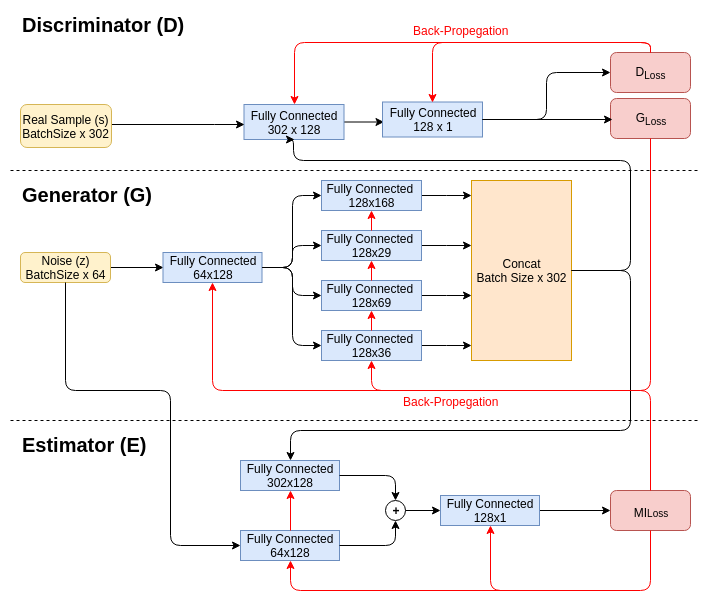
This is 04_design_implementation/figs/model_complex.png from AMRakibulHasan/Sweet_Thesis, a draw.io export, as it was before one commit. Source tidied: cells renumbered, new cells last; positions are measured from the earlier drawing's top-left corner, leaving out a move shared by most shapes. The source it was exported from:
```xml
<mxGraphModel background="#ffffff">
  <root>
    <mxCell id="0" />
    <mxCell id="1" parent="0" />
    <mxCell id="2" style="edgeStyle=orthogonalEdgeStyle;rounded=0;html=1;jettySize=auto;entryX=0;entryY=0.5;" parent="1" edge="1" source="3" target="4">
      <mxGeometry relative="1" as="geometry" />
    </mxCell>
    <mxCell id="3" value="&lt;font style=&quot;font-size: 12px&quot;&gt;Noise (z)&lt;br&gt;BatchSize x 64&lt;br&gt;&lt;/font&gt;" style="rounded=1;whiteSpace=wrap;html=1;fillColor=#fff2cc;strokeColor=#d6b656;" parent="1" vertex="1">
      <mxGeometry x="10" y="242" width="90" height="30" as="geometry" />
    </mxCell>
    <mxCell id="4" value="Fully Connected&lt;br&gt;64x128&lt;br&gt;" style="rounded=0;whiteSpace=wrap;html=1;fillColor=#dae8fc;strokeColor=#6c8ebf;" parent="1" vertex="1">
      <mxGeometry x="152.5" y="242" width="99" height="30" as="geometry" />
    </mxCell>
    <mxCell id="5" style="edgeStyle=elbowEdgeStyle;rounded=0;html=1;jettySize=auto;elbow=vertical;" parent="1" edge="1" source="6" target="23">
      <mxGeometry relative="1" as="geometry" />
    </mxCell>
    <mxCell id="6" value="Fully Connected&amp;nbsp;&lt;br&gt;128x168&lt;br&gt;" style="rounded=0;whiteSpace=wrap;html=1;fillColor=#dae8fc;strokeColor=#6c8ebf;" parent="1" vertex="1">
      <mxGeometry x="311" y="170" width="100" height="30" as="geometry" />
    </mxCell>
    <mxCell id="7" style="edgeStyle=elbowEdgeStyle;rounded=0;html=1;jettySize=auto;elbow=vertical;" parent="1" edge="1" source="8" target="23">
      <mxGeometry relative="1" as="geometry" />
    </mxCell>
    <mxCell id="8" value="Fully Connected&amp;nbsp;&lt;br&gt;128x29&lt;br&gt;" style="rounded=0;whiteSpace=wrap;html=1;fillColor=#dae8fc;strokeColor=#6c8ebf;" parent="1" vertex="1">
      <mxGeometry x="311" y="220" width="100" height="30" as="geometry" />
    </mxCell>
    <mxCell id="9" style="edgeStyle=elbowEdgeStyle;rounded=0;html=1;jettySize=auto;elbow=vertical;" parent="1" edge="1" source="10" target="23">
      <mxGeometry relative="1" as="geometry" />
    </mxCell>
    <mxCell id="10" value="Fully Connected&amp;nbsp;&lt;br&gt;128x69&lt;br&gt;" style="rounded=0;whiteSpace=wrap;html=1;fillColor=#dae8fc;strokeColor=#6c8ebf;" parent="1" vertex="1">
      <mxGeometry x="311" y="270" width="100" height="30" as="geometry" />
    </mxCell>
    <mxCell id="11" style="edgeStyle=elbowEdgeStyle;rounded=0;html=1;jettySize=auto;elbow=vertical;" parent="1" edge="1" source="12" target="23">
      <mxGeometry relative="1" as="geometry" />
    </mxCell>
    <mxCell id="12" value="Fully Connected&amp;nbsp;&lt;br&gt;128x36&lt;br&gt;" style="rounded=0;whiteSpace=wrap;html=1;fillColor=#dae8fc;strokeColor=#6c8ebf;" parent="1" vertex="1">
      <mxGeometry x="311" y="320" width="100" height="30" as="geometry" />
    </mxCell>
    <mxCell id="13" style="endArrow=classic;html=1;exitX=1;exitY=0.5;entryX=0;entryY=0.5;startArrow=none;startFill=0;edgeStyle=elbowEdgeStyle;" parent="1" edge="1" source="4" target="6">
      <mxGeometry relative="1" as="geometry" />
    </mxCell>
    <mxCell id="14" style="endArrow=classic;html=1;exitX=1;exitY=0.5;entryX=0;entryY=0.5;startArrow=none;startFill=0;edgeStyle=elbowEdgeStyle;" parent="1" edge="1" source="4" target="8">
      <mxGeometry relative="1" as="geometry" />
    </mxCell>
    <mxCell id="15" style="endArrow=classic;html=1;exitX=1;exitY=0.5;entryX=0;entryY=0.5;startArrow=none;startFill=0;edgeStyle=elbowEdgeStyle;" parent="1" edge="1" source="4" target="10">
      <mxGeometry relative="1" as="geometry" />
    </mxCell>
    <mxCell id="16" style="endArrow=classic;html=1;exitX=1;exitY=0.5;entryX=0;entryY=0.5;startArrow=none;startFill=0;edgeStyle=elbowEdgeStyle;" parent="1" edge="1" source="4" target="12">
      <mxGeometry relative="1" as="geometry" />
    </mxCell>
    <mxCell id="17" style="edgeStyle=orthogonalEdgeStyle;rounded=0;html=1;jettySize=auto;" parent="1" edge="1" source="18">
      <mxGeometry relative="1" as="geometry">
        <mxPoint x="373.5" y="111.5" as="targetPoint" />
      </mxGeometry>
    </mxCell>
    <mxCell id="18" value="Fully Connected&lt;br&gt;302 x 128&lt;br&gt;" style="rounded=0;whiteSpace=wrap;html=1;fillColor=#dae8fc;strokeColor=#6c8ebf;" parent="1" vertex="1">
      <mxGeometry x="233.5" y="94" width="100" height="35" as="geometry" />
    </mxCell>
    <mxCell id="19" value="Fully Connected&lt;br&gt;128 x 1&lt;br&gt;" style="rounded=0;whiteSpace=wrap;html=1;fillColor=#dae8fc;strokeColor=#6c8ebf;" parent="1" vertex="1">
      <mxGeometry x="372" y="91.5" width="100" height="35" as="geometry" />
    </mxCell>
    <mxCell id="20" value="&lt;b&gt;&lt;font style=&quot;font-size: 20px&quot;&gt;Discriminator (D)&lt;/font&gt;&lt;/b&gt;" style="text;html=1;align=left;verticalAlign=top;spacingTop=-4;" parent="1" vertex="1">
      <mxGeometry x="10" width="180" height="20" as="geometry" />
    </mxCell>
    <mxCell id="21" value="&lt;b&gt;&lt;font style=&quot;font-size: 20px&quot;&gt;Generator (G)&lt;/font&gt;&lt;/b&gt;" style="text;html=1;align=left;verticalAlign=top;spacingTop=-4;" parent="1" vertex="1">
      <mxGeometry x="10" y="170" width="150" height="20" as="geometry" />
    </mxCell>
    <mxCell id="22" style="endArrow=none;dashed=1;html=1;" parent="1" edge="1">
      <mxGeometry relative="1" as="geometry">
        <mxPoint y="160" as="sourcePoint" />
        <mxPoint x="690" y="160" as="targetPoint" />
      </mxGeometry>
    </mxCell>
    <mxCell id="23" value="Concat&lt;br&gt;Batch Size x 302&lt;br&gt;" style="rounded=0;whiteSpace=wrap;html=1;fillColor=#ffe6cc;strokeColor=#d79b00;" parent="1" vertex="1">
      <mxGeometry x="461" y="170" width="100" height="180" as="geometry" />
    </mxCell>
    <mxCell id="24" style="endArrow=classic;html=1;exitX=1;exitY=0.5;edgeStyle=orthogonalEdgeStyle;entryX=0.5;entryY=1;" parent="1" edge="1" source="23" target="18">
      <mxGeometry relative="1" as="geometry">
        <Array as="points">
          <mxPoint x="620" y="260" />
          <mxPoint x="620" y="150" />
          <mxPoint x="283" y="150" />
        </Array>
      </mxGeometry>
    </mxCell>
    <mxCell id="25" style="edgeStyle=orthogonalEdgeStyle;rounded=0;html=1;jettySize=auto;" parent="1" edge="1" source="26">
      <mxGeometry relative="1" as="geometry">
        <mxPoint x="233.5" y="113.5" as="targetPoint" />
        <Array as="points">
          <mxPoint x="203.5" y="113.5" />
          <mxPoint x="203.5" y="113.5" />
        </Array>
      </mxGeometry>
    </mxCell>
    <mxCell id="26" value="&lt;font style=&quot;font-size: 12px&quot;&gt;Real Sample (s)&lt;br&gt;BatchSize x 302&lt;br&gt;&lt;/font&gt;" style="rounded=1;whiteSpace=wrap;html=1;fillColor=#fff2cc;strokeColor=#d6b656;" parent="1" vertex="1">
      <mxGeometry x="10" y="94" width="91" height="43" as="geometry" />
    </mxCell>
    <mxCell id="27" value="G&lt;sub&gt;Loss&lt;/sub&gt;&lt;br&gt;" style="rounded=1;whiteSpace=wrap;html=1;fillColor=#f8cecc;strokeColor=#b85450;" parent="1" vertex="1">
      <mxGeometry x="600" y="88" width="80" height="40" as="geometry" />
    </mxCell>
    <mxCell id="28" style="endArrow=none;html=1;exitX=0.5;exitY=1;startArrow=classic;startFill=1;edgeStyle=orthogonalEdgeStyle;fillColor=#f8cecc;strokeColor=#FF0000;gradientColor=#ea6b66;" parent="1" edge="1" source="4">
      <mxGeometry relative="1" as="geometry">
        <mxPoint x="540" y="380" as="targetPoint" />
        <Array as="points">
          <mxPoint x="202" y="380" />
        </Array>
      </mxGeometry>
    </mxCell>
    <mxCell id="29" style="endArrow=classic;html=1;edgeStyle=orthogonalEdgeStyle;entryX=0.5;entryY=1;fillColor=#f8cecc;strokeColor=#FF0000;gradientColor=#ea6b66;exitX=0.5;exitY=1;" parent="1" edge="1" source="27" target="12">
      <mxGeometry relative="1" as="geometry">
        <Array as="points">
          <mxPoint x="640" y="380" />
          <mxPoint x="361" y="380" />
        </Array>
      </mxGeometry>
    </mxCell>
    <mxCell id="30" style="endArrow=classic;html=1;entryX=0.5;entryY=1;fillColor=#f8cecc;strokeColor=#FF0000;gradientColor=#ea6b66;" parent="1" edge="1" target="10">
      <mxGeometry relative="1" as="geometry">
        <mxPoint x="361" y="320" as="sourcePoint" />
      </mxGeometry>
    </mxCell>
    <mxCell id="31" style="endArrow=classic;html=1;entryX=0.5;entryY=1;exitX=0.5;exitY=0;fillColor=#f8cecc;strokeColor=#FF0000;gradientColor=#ea6b66;" parent="1" edge="1" source="10" target="8">
      <mxGeometry relative="1" as="geometry" />
    </mxCell>
    <mxCell id="32" style="endArrow=classic;html=1;entryX=0.5;entryY=1;exitX=0.5;exitY=0;fillColor=#f8cecc;strokeColor=#FF0000;gradientColor=#ea6b66;" parent="1" edge="1" source="8" target="6">
      <mxGeometry relative="1" as="geometry" />
    </mxCell>
    <mxCell id="33" value="&lt;font color=&quot;#ff0000&quot;&gt;Back-Propegation&lt;/font&gt;" style="text;html=1;align=left;verticalAlign=top;spacingTop=-4;fillColor=#FFFFFF;strokeColor=#FFFFFF;" parent="1" vertex="1">
      <mxGeometry x="390" y="381" width="110" height="20" as="geometry" />
    </mxCell>
    <mxCell id="34" value="D&lt;sub&gt;Loss&lt;/sub&gt;&lt;br&gt;" style="rounded=1;whiteSpace=wrap;html=1;fillColor=#f8cecc;strokeColor=#b85450;" parent="1" vertex="1">
      <mxGeometry x="600" y="42" width="80" height="40" as="geometry" />
    </mxCell>
    <mxCell id="35" style="endArrow=classic;html=1;strokeColor=#000000;entryX=0;entryY=0.5;edgeStyle=orthogonalEdgeStyle;exitX=1;exitY=0.5;" parent="1" edge="1" source="19" target="34">
      <mxGeometry relative="1" as="geometry" />
    </mxCell>
    <mxCell id="36" style="endArrow=classic;html=1;strokeColor=#000000;exitX=1;exitY=0.5;edgeStyle=orthogonalEdgeStyle;" parent="1" edge="1" source="19">
      <mxGeometry relative="1" as="geometry">
        <mxPoint x="602" y="109" as="targetPoint" />
      </mxGeometry>
    </mxCell>
    <mxCell id="37" style="endArrow=classic;html=1;strokeColor=#FF0000;entryX=0.5;entryY=0;edgeStyle=orthogonalEdgeStyle;exitX=0.5;exitY=0;" parent="1" edge="1" source="34" target="19">
      <mxGeometry relative="1" as="geometry" />
    </mxCell>
    <mxCell id="38" style="endArrow=classic;html=1;strokeColor=#FF0000;entryX=0.5;entryY=0;edgeStyle=orthogonalEdgeStyle;exitX=0.5;exitY=0;" parent="1" edge="1" source="34" target="18">
      <mxGeometry relative="1" as="geometry" />
    </mxCell>
    <mxCell id="39" value="&lt;font color=&quot;#ff0000&quot;&gt;Back-Propegation&lt;/font&gt;" style="text;html=1;align=left;verticalAlign=top;spacingTop=-4;fillColor=#FFFFFF;strokeColor=#FFFFFF;" parent="1" vertex="1">
      <mxGeometry x="400" y="10" width="110" height="20" as="geometry" />
    </mxCell>
    <mxCell id="40" style="endArrow=none;dashed=1;html=1;" parent="1" edge="1">
      <mxGeometry relative="1" as="geometry">
        <mxPoint y="410" as="sourcePoint" />
        <mxPoint x="690" y="410" as="targetPoint" />
      </mxGeometry>
    </mxCell>
    <mxCell id="41" value="&lt;b&gt;&lt;font style=&quot;font-size: 20px&quot;&gt;Estimator (E)&lt;/font&gt;&lt;/b&gt;" style="text;html=1;align=left;verticalAlign=top;spacingTop=-4;" parent="1" vertex="1">
      <mxGeometry x="10" y="420" width="140" height="20" as="geometry" />
    </mxCell>
    <mxCell id="42" style="endArrow=classic;html=1;exitX=1;exitY=0.5;exitDx=0;exitDy=0;edgeStyle=orthogonalEdgeStyle;" parent="1" edge="1" source="23">
      <mxGeometry relative="1" as="geometry">
        <mxPoint x="280" y="450" as="targetPoint" />
        <Array as="points">
          <mxPoint x="620" y="260" />
          <mxPoint x="620" y="420" />
          <mxPoint x="280" y="420" />
        </Array>
      </mxGeometry>
    </mxCell>
    <mxCell id="43" value="Fully Connected&lt;br&gt;302x128&lt;br&gt;" style="rounded=0;whiteSpace=wrap;html=1;fillColor=#dae8fc;strokeColor=#6c8ebf;" parent="1" vertex="1">
      <mxGeometry x="230" y="450" width="99" height="30" as="geometry" />
    </mxCell>
    <mxCell id="44" value="Fully Connected&lt;br&gt;64x128&lt;br&gt;" style="rounded=0;whiteSpace=wrap;html=1;fillColor=#dae8fc;strokeColor=#6c8ebf;" parent="1" vertex="1">
      <mxGeometry x="230" y="520" width="99" height="30" as="geometry" />
    </mxCell>
    <mxCell id="45" value="&lt;b&gt;+&lt;/b&gt;" style="ellipse;whiteSpace=wrap;html=1;" parent="1" vertex="1">
      <mxGeometry x="375" y="490" width="20" height="20" as="geometry" />
    </mxCell>
    <mxCell id="46" style="endArrow=classic;html=1;exitX=0.5;exitY=1;exitDx=0;exitDy=0;entryX=0;entryY=0.5;entryDx=0;entryDy=0;edgeStyle=orthogonalEdgeStyle;" parent="1" edge="1" source="3" target="44">
      <mxGeometry relative="1" as="geometry">
        <Array as="points">
          <mxPoint x="55" y="380" />
          <mxPoint x="160" y="380" />
          <mxPoint x="160" y="535" />
        </Array>
      </mxGeometry>
    </mxCell>
    <mxCell id="47" style="endArrow=classic;html=1;exitX=1;exitY=0.5;exitDx=0;exitDy=0;entryX=0.5;entryY=0;entryDx=0;entryDy=0;edgeStyle=orthogonalEdgeStyle;" parent="1" edge="1" source="43" target="45">
      <mxGeometry relative="1" as="geometry" />
    </mxCell>
    <mxCell id="48" style="endArrow=classic;html=1;exitX=1;exitY=0.5;exitDx=0;exitDy=0;entryX=0.5;entryY=1;entryDx=0;entryDy=0;edgeStyle=orthogonalEdgeStyle;" parent="1" edge="1" source="44" target="45">
      <mxGeometry relative="1" as="geometry" />
    </mxCell>
    <mxCell id="49" style="endArrow=classic;html=1;exitX=1;exitY=0.5;exitDx=0;exitDy=0;" parent="1" edge="1" source="45">
      <mxGeometry relative="1" as="geometry">
        <mxPoint x="430" y="500" as="targetPoint" />
      </mxGeometry>
    </mxCell>
    <mxCell id="50" style="edgeStyle=orthogonalEdgeStyle;rounded=0;html=1;jettySize=auto;" parent="1" edge="1" source="51" target="52">
      <mxGeometry relative="1" as="geometry" />
    </mxCell>
    <mxCell id="51" value="Fully Connected&lt;br&gt;128x1&lt;br&gt;" style="rounded=0;whiteSpace=wrap;html=1;fillColor=#dae8fc;strokeColor=#6c8ebf;" parent="1" vertex="1">
      <mxGeometry x="430" y="485" width="99" height="30" as="geometry" />
    </mxCell>
    <mxCell id="52" value="&lt;sub&gt;&lt;span style=&quot;font-size: 12px&quot;&gt;MI&lt;/span&gt;Loss&lt;/sub&gt;&lt;br&gt;" style="rounded=1;whiteSpace=wrap;html=1;fillColor=#f8cecc;strokeColor=#b85450;" parent="1" vertex="1">
      <mxGeometry x="600" y="480" width="80" height="40" as="geometry" />
    </mxCell>
    <mxCell id="53" style="endArrow=none;html=1;exitX=0.5;exitY=0;exitDx=0;exitDy=0;edgeStyle=orthogonalEdgeStyle;fillColor=#f8cecc;strokeColor=#FF0000;" parent="1" edge="1" source="52">
      <mxGeometry relative="1" as="geometry">
        <mxPoint x="600" y="380" as="targetPoint" />
        <Array as="points">
          <mxPoint x="640" y="380" />
        </Array>
      </mxGeometry>
    </mxCell>
    <mxCell id="54" style="endArrow=classic;html=1;exitX=0.5;exitY=1;exitDx=0;exitDy=0;entryX=0.5;entryY=1;entryDx=0;entryDy=0;edgeStyle=orthogonalEdgeStyle;strokeColor=#FF0000;" parent="1" edge="1" source="52" target="44">
      <mxGeometry relative="1" as="geometry">
        <Array as="points">
          <mxPoint x="640" y="580" />
          <mxPoint x="280" y="580" />
        </Array>
      </mxGeometry>
    </mxCell>
    <mxCell id="55" style="endArrow=classic;html=1;exitX=0.5;exitY=0;exitDx=0;exitDy=0;entryX=0.5;entryY=1;entryDx=0;entryDy=0;strokeColor=#FF0000;" parent="1" edge="1" source="44" target="43">
      <mxGeometry relative="1" as="geometry" />
    </mxCell>
    <mxCell id="56" style="endArrow=classic;html=1;entryX=0.5;entryY=1;entryDx=0;entryDy=0;edgeStyle=orthogonalEdgeStyle;strokeColor=#FF0000;" parent="1" edge="1" target="51">
      <mxGeometry relative="1" as="geometry">
        <mxPoint x="540" y="580" as="sourcePoint" />
      </mxGeometry>
    </mxCell>
  </root>
</mxGraphModel>
```
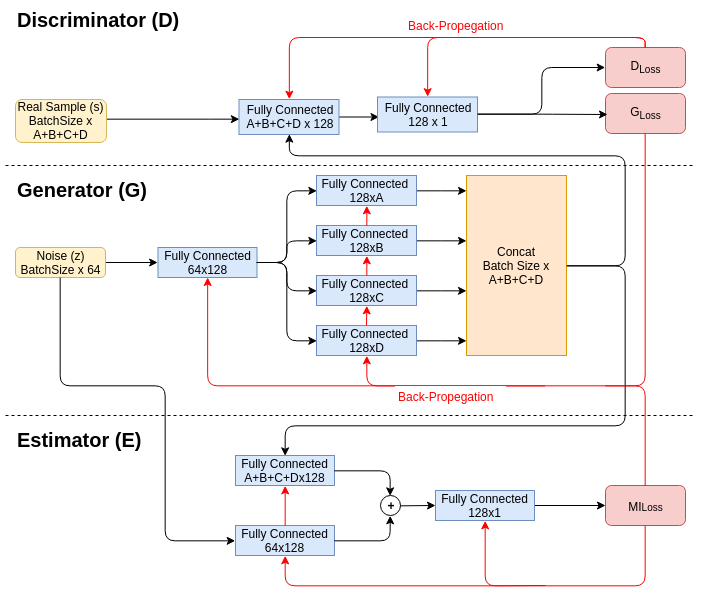
Later version of the same file.

What changed in the source:
```diff
@@ -14,25 +14,25 @@
     <mxCell id="5" style="edgeStyle=elbowEdgeStyle;rounded=0;html=1;jettySize=auto;elbow=vertical;" parent="1" edge="1" source="6" target="23">
       <mxGeometry relative="1" as="geometry" />
     </mxCell>
-    <mxCell id="6" value="Fully Connected&amp;nbsp;&lt;br&gt;128x168&lt;br&gt;" style="rounded=0;whiteSpace=wrap;html=1;fillColor=#dae8fc;strokeColor=#6c8ebf;" parent="1" vertex="1">
+    <mxCell id="6" value="Fully Connected&amp;nbsp;&lt;br&gt;128xA&lt;br&gt;" style="rounded=0;whiteSpace=wrap;html=1;fillColor=#dae8fc;strokeColor=#6c8ebf;" parent="1" vertex="1">
       <mxGeometry x="311" y="170" width="100" height="30" as="geometry" />
     </mxCell>
     <mxCell id="7" style="edgeStyle=elbowEdgeStyle;rounded=0;html=1;jettySize=auto;elbow=vertical;" parent="1" edge="1" source="8" target="23">
       <mxGeometry relative="1" as="geometry" />
     </mxCell>
-    <mxCell id="8" value="Fully Connected&amp;nbsp;&lt;br&gt;128x29&lt;br&gt;" style="rounded=0;whiteSpace=wrap;html=1;fillColor=#dae8fc;strokeColor=#6c8ebf;" parent="1" vertex="1">
+    <mxCell id="8" value="Fully Connected&amp;nbsp;&lt;br&gt;128xB&lt;br&gt;" style="rounded=0;whiteSpace=wrap;html=1;fillColor=#dae8fc;strokeColor=#6c8ebf;" parent="1" vertex="1">
       <mxGeometry x="311" y="220" width="100" height="30" as="geometry" />
     </mxCell>
     <mxCell id="9" style="edgeStyle=elbowEdgeStyle;rounded=0;html=1;jettySize=auto;elbow=vertical;" parent="1" edge="1" source="10" target="23">
       <mxGeometry relative="1" as="geometry" />
     </mxCell>
-    <mxCell id="10" value="Fully Connected&amp;nbsp;&lt;br&gt;128x69&lt;br&gt;" style="rounded=0;whiteSpace=wrap;html=1;fillColor=#dae8fc;strokeColor=#6c8ebf;" parent="1" vertex="1">
+    <mxCell id="10" value="Fully Connected&amp;nbsp;&lt;br&gt;128xC&lt;br&gt;" style="rounded=0;whiteSpace=wrap;html=1;fillColor=#dae8fc;strokeColor=#6c8ebf;" parent="1" vertex="1">
       <mxGeometry x="311" y="270" width="100" height="30" as="geometry" />
     </mxCell>
     <mxCell id="11" style="edgeStyle=elbowEdgeStyle;rounded=0;html=1;jettySize=auto;elbow=vertical;" parent="1" edge="1" source="12" target="23">
       <mxGeometry relative="1" as="geometry" />
     </mxCell>
-    <mxCell id="12" value="Fully Connected&amp;nbsp;&lt;br&gt;128x36&lt;br&gt;" style="rounded=0;whiteSpace=wrap;html=1;fillColor=#dae8fc;strokeColor=#6c8ebf;" parent="1" vertex="1">
+    <mxCell id="12" value="Fully Connected&amp;nbsp;&lt;br&gt;128xD&lt;br&gt;" style="rounded=0;whiteSpace=wrap;html=1;fillColor=#dae8fc;strokeColor=#6c8ebf;" parent="1" vertex="1">
       <mxGeometry x="311" y="320" width="100" height="30" as="geometry" />
     </mxCell>
     <mxCell id="13" style="endArrow=classic;html=1;exitX=1;exitY=0.5;entryX=0;entryY=0.5;startArrow=none;startFill=0;edgeStyle=elbowEdgeStyle;" parent="1" edge="1" source="4" target="6">
@@ -52,7 +52,7 @@
         <mxPoint x="373.5" y="111.5" as="targetPoint" />
       </mxGeometry>
     </mxCell>
-    <mxCell id="18" value="Fully Connected&lt;br&gt;302 x 128&lt;br&gt;" style="rounded=0;whiteSpace=wrap;html=1;fillColor=#dae8fc;strokeColor=#6c8ebf;" parent="1" vertex="1">
+    <mxCell id="18" value="Fully Connected&lt;br&gt;A+B+C+D x 128&lt;br&gt;" style="rounded=0;whiteSpace=wrap;html=1;fillColor=#dae8fc;strokeColor=#6c8ebf;" parent="1" vertex="1">
       <mxGeometry x="233.5" y="94" width="100" height="35" as="geometry" />
     </mxCell>
     <mxCell id="19" value="Fully Connected&lt;br&gt;128 x 1&lt;br&gt;" style="rounded=0;whiteSpace=wrap;html=1;fillColor=#dae8fc;strokeColor=#6c8ebf;" parent="1" vertex="1">
@@ -70,7 +70,7 @@
         <mxPoint x="690" y="160" as="targetPoint" />
       </mxGeometry>
     </mxCell>
-    <mxCell id="23" value="Concat&lt;br&gt;Batch Size x 302&lt;br&gt;" style="rounded=0;whiteSpace=wrap;html=1;fillColor=#ffe6cc;strokeColor=#d79b00;" parent="1" vertex="1">
+    <mxCell id="23" value="Concat&lt;br&gt;Batch Size x A+B+C+D&lt;br&gt;" style="rounded=0;whiteSpace=wrap;html=1;fillColor=#ffe6cc;strokeColor=#d79b00;" parent="1" vertex="1">
       <mxGeometry x="461" y="170" width="100" height="180" as="geometry" />
     </mxCell>
     <mxCell id="24" style="endArrow=classic;html=1;exitX=1;exitY=0.5;edgeStyle=orthogonalEdgeStyle;entryX=0.5;entryY=1;" parent="1" edge="1" source="23" target="18">
@@ -91,7 +91,7 @@
         </Array>
       </mxGeometry>
     </mxCell>
-    <mxCell id="26" value="&lt;font style=&quot;font-size: 12px&quot;&gt;Real Sample (s)&lt;br&gt;BatchSize x 302&lt;br&gt;&lt;/font&gt;" style="rounded=1;whiteSpace=wrap;html=1;fillColor=#fff2cc;strokeColor=#d6b656;" parent="1" vertex="1">
+    <mxCell id="26" value="&lt;font style=&quot;font-size: 12px&quot;&gt;Real Sample (s)&lt;br&gt;BatchSize x A+B+C+D&lt;br&gt;&lt;/font&gt;" style="rounded=1;whiteSpace=wrap;html=1;fillColor=#fff2cc;strokeColor=#d6b656;" parent="1" vertex="1">
       <mxGeometry x="10" y="94" width="91" height="43" as="geometry" />
     </mxCell>
     <mxCell id="27" value="G&lt;sub&gt;Loss&lt;/sub&gt;&lt;br&gt;" style="rounded=1;whiteSpace=wrap;html=1;fillColor=#f8cecc;strokeColor=#b85450;" parent="1" vertex="1">
@@ -166,7 +166,7 @@
         </Array>
       </mxGeometry>
     </mxCell>
-    <mxCell id="43" value="Fully Connected&lt;br&gt;302x128&lt;br&gt;" style="rounded=0;whiteSpace=wrap;html=1;fillColor=#dae8fc;strokeColor=#6c8ebf;" parent="1" vertex="1">
+    <mxCell id="43" value="Fully Connected&lt;br&gt;A+B+C+Dx128&lt;br&gt;" style="rounded=0;whiteSpace=wrap;html=1;fillColor=#dae8fc;strokeColor=#6c8ebf;" parent="1" vertex="1">
       <mxGeometry x="230" y="450" width="99" height="30" as="geometry" />
     </mxCell>
     <mxCell id="44" value="Fully Connected&lt;br&gt;64x128&lt;br&gt;" style="rounded=0;whiteSpace=wrap;html=1;fillColor=#dae8fc;strokeColor=#6c8ebf;" parent="1" vertex="1">
```
